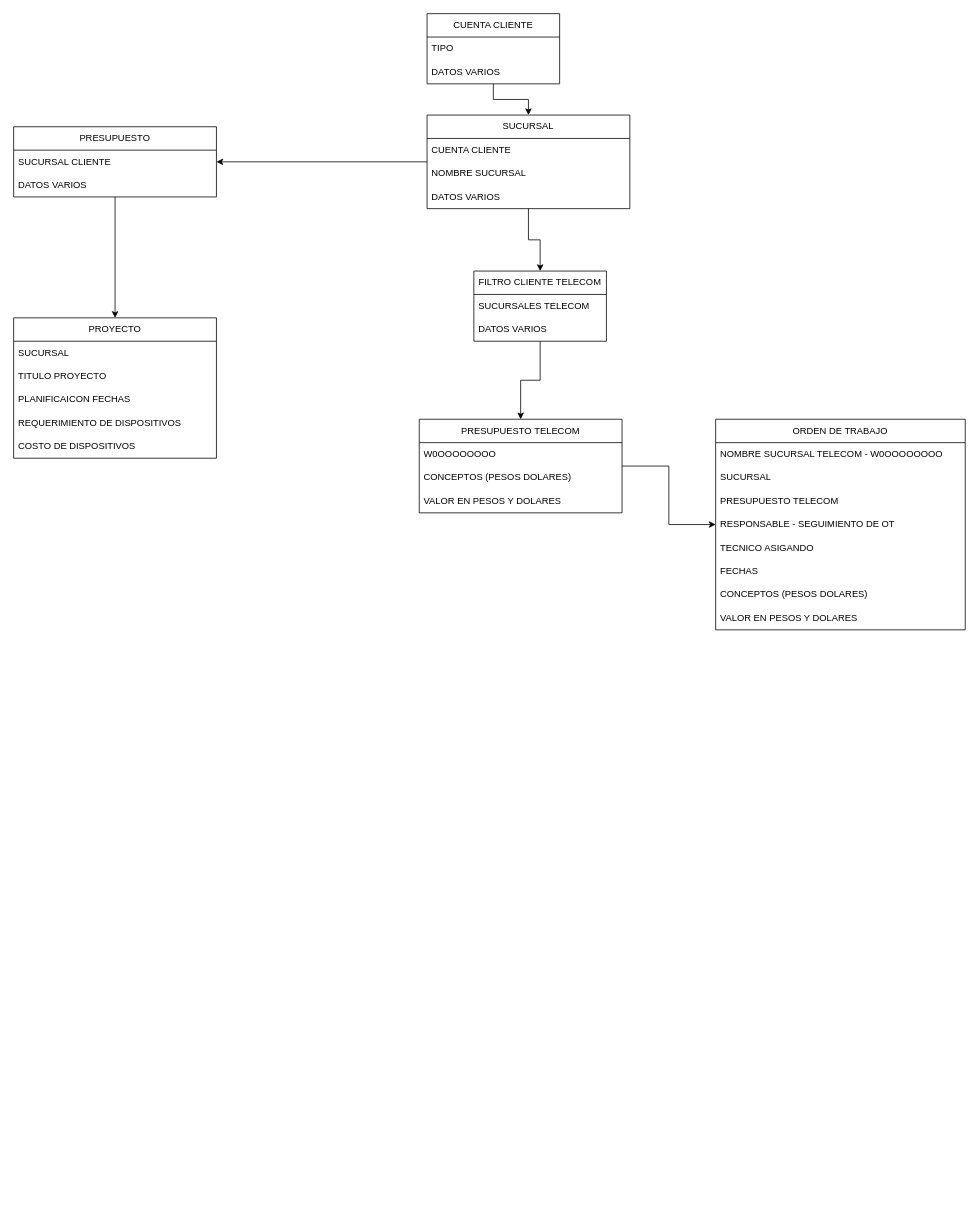
Before: registro_clientes_star/Diagrama.drawio in escobardie/PROJECT_DATA_BASE, a draw.io diagram. Source tidied: cells renumbered, new cells numbered last; positions are measured from the earlier drawing's top-left corner, leaving out a move shared by most shapes. Both pictures are drawn from the tidied source at 78%, with x=0, y=0 at pixel (13, 13).
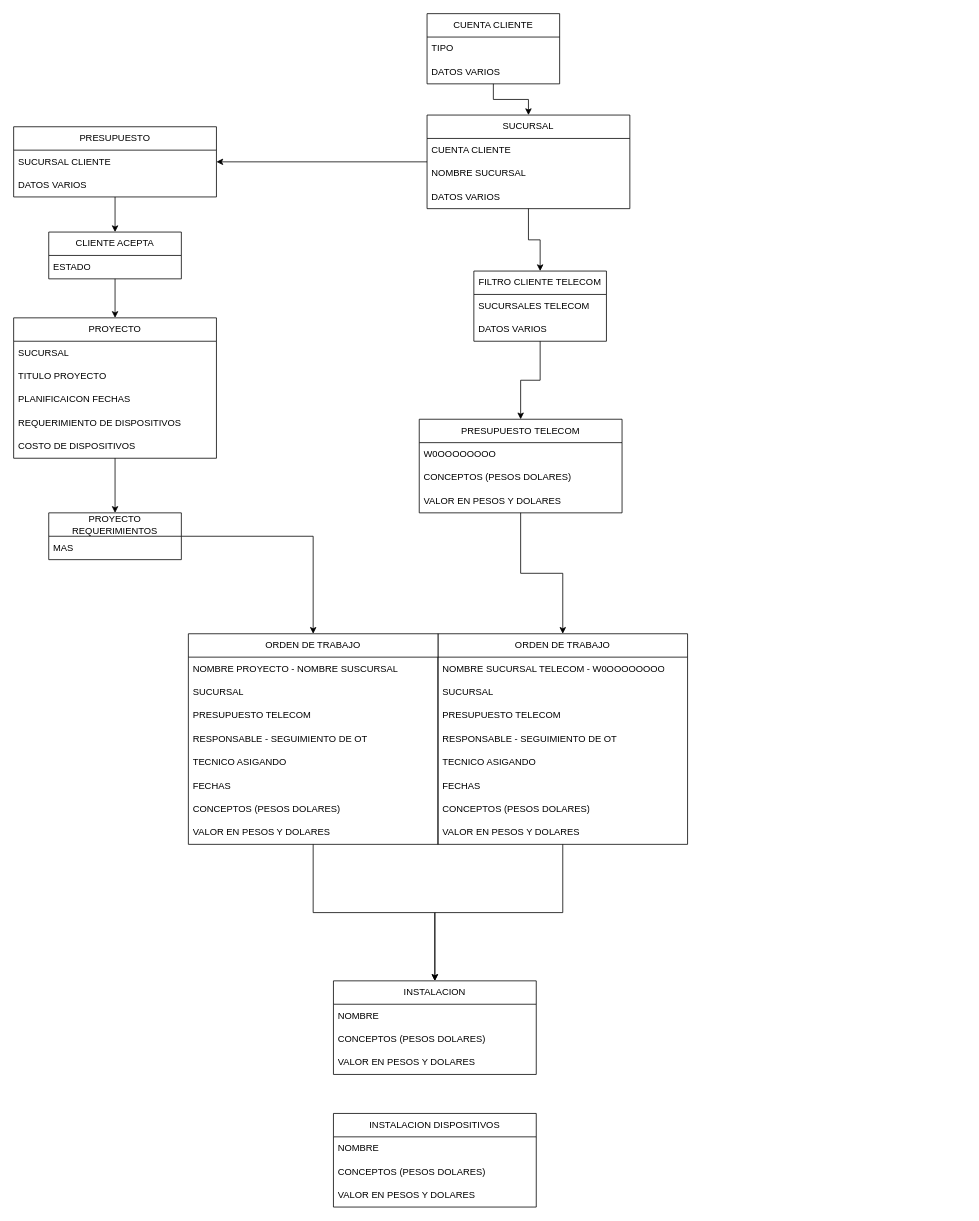
After the change.

Unchanged cells that the change refers to:
```xml
<mxCell id="26" value="PROYECTO" style="swimlane;fontStyle=0;horizontal=1;startSize=30;whiteSpace=wrap;html=1;" parent="1" vertex="1">
  <mxGeometry y="390" width="260" height="180" as="geometry" />
</mxCell>
<mxCell id="37" value="PRESUPUESTO" style="swimlane;fontStyle=0;horizontal=1;startSize=30;whiteSpace=wrap;html=1;" parent="1" vertex="1">
  <mxGeometry y="145" width="260" height="90" as="geometry" />
</mxCell>
```

What changed in the source:
```diff
@@
+    <mxCell id="40" style="edgeStyle=orthogonalEdgeStyle;rounded=0;jettySize=auto;html=1;" parent="1" edge="1" source="7" target="43">
+      <mxGeometry relative="1" as="geometry" />
+    </mxCell>
     <mxCell id="7" value="ORDEN DE TRABAJO" style="swimlane;fontStyle=0;horizontal=1;startSize=30;whiteSpace=wrap;html=1;" parent="1" vertex="1">
-      <mxGeometry x="900" y="520" width="320" height="270" as="geometry" />
+      <mxGeometry x="544" y="795" width="320" height="270" as="geometry" />
     </mxCell>
@@
+    <mxCell id="41" style="edgeStyle=orthogonalEdgeStyle;rounded=0;jettySize=auto;html=1;" parent="1" edge="1" source="26" target="65">
+      <mxGeometry relative="1" as="geometry" />
+    </mxCell>
@@
-    <mxCell id="36" style="edgeStyle=orthogonalEdgeStyle;rounded=0;jettySize=auto;html=1;" parent="1" edge="1" source="37" target="26">
-      <mxGeometry relative="1" as="geometry" />
-    </mxCell>
+    <mxCell id="42" style="edgeStyle=orthogonalEdgeStyle;rounded=0;jettySize=auto;html=1;" parent="1" edge="1" source="37" target="58">
+      <mxGeometry relative="1" as="geometry" />
+    </mxCell>
@@
+    <mxCell id="43" value="INSTALACION" style="swimlane;fontStyle=0;horizontal=1;startSize=30;whiteSpace=wrap;html=1;" parent="1" vertex="1">
+      <mxGeometry x="410" y="1240" width="260" height="120" as="geometry" />
+    </mxCell>
+    <mxCell id="44" value="NOMBRE" style="text;strokeColor=none;fillColor=none;align=left;verticalAlign=middle;spacingLeft=4;spacingRight=4;overflow=hidden;whiteSpace=wrap;html=1;" parent="43" vertex="1">
+      <mxGeometry y="30" width="260" height="30" as="geometry" />
+    </mxCell>
+    <mxCell id="45" value="CONCEPTOS (PESOS DOLARES)" style="text;strokeColor=none;fillColor=none;align=left;verticalAlign=middle;spacingLeft=4;spacingRight=4;overflow=hidden;whiteSpace=wrap;html=1;" parent="43" vertex="1">
+      <mxGeometry y="60" width="260" height="30" as="geometry" />
+    </mxCell>
+    <mxCell id="46" value="VALOR EN PESOS Y DOLARES" style="text;strokeColor=none;fillColor=none;align=left;verticalAlign=middle;spacingLeft=4;spacingRight=4;overflow=hidden;whiteSpace=wrap;html=1;" parent="43" vertex="1">
+      <mxGeometry y="90" width="260" height="30" as="geometry" />
+    </mxCell>
+    <mxCell id="47" style="edgeStyle=orthogonalEdgeStyle;rounded=0;jettySize=auto;html=1;entryX=0.5;entryY=0;entryDx=0;entryDy=0;" parent="1" edge="1" source="48" target="43">
+      <mxGeometry relative="1" as="geometry" />
+    </mxCell>
+    <mxCell id="48" value="ORDEN DE TRABAJO" style="swimlane;fontStyle=0;horizontal=1;startSize=30;whiteSpace=wrap;html=1;" parent="1" vertex="1">
+      <mxGeometry x="224" y="795" width="320" height="270" as="geometry" />
+    </mxCell>
+    <mxCell id="49" value="NOMBRE PROYECTO - NOMBRE SUSCURSAL" style="text;strokeColor=none;fillColor=none;align=left;verticalAlign=middle;spacingLeft=4;spacingRight=4;overflow=hidden;whiteSpace=wrap;html=1;" parent="48" vertex="1">
+      <mxGeometry y="30" width="320" height="30" as="geometry" />
+    </mxCell>
+    <mxCell id="50" value="SUCURSAL" style="text;strokeColor=none;fillColor=none;align=left;verticalAlign=middle;spacingLeft=4;spacingRight=4;overflow=hidden;whiteSpace=wrap;html=1;" parent="48" vertex="1">
+      <mxGeometry y="60" width="320" height="30" as="geometry" />
+    </mxCell>
+    <mxCell id="51" value="PRESUPUESTO TELECOM" style="text;strokeColor=none;fillColor=none;align=left;verticalAlign=middle;spacingLeft=4;spacingRight=4;overflow=hidden;whiteSpace=wrap;html=1;" parent="48" vertex="1">
+      <mxGeometry y="90" width="320" height="30" as="geometry" />
+    </mxCell>
+    <mxCell id="52" value="RESPONSABLE - SEGUIMIENTO DE OT" style="text;strokeColor=none;fillColor=none;align=left;verticalAlign=middle;spacingLeft=4;spacingRight=4;overflow=hidden;whiteSpace=wrap;html=1;" parent="48" vertex="1">
+      <mxGeometry y="120" width="320" height="30" as="geometry" />
+    </mxCell>
+    <mxCell id="53" value="TECNICO ASIGANDO" style="text;strokeColor=none;fillColor=none;align=left;verticalAlign=middle;spacingLeft=4;spacingRight=4;overflow=hidden;whiteSpace=wrap;html=1;" parent="48" vertex="1">
+      <mxGeometry y="150" width="320" height="30" as="geometry" />
+    </mxCell>
+    <mxCell id="54" value="FECHAS" style="text;strokeColor=none;fillColor=none;align=left;verticalAlign=middle;spacingLeft=4;spacingRight=4;overflow=hidden;whiteSpace=wrap;html=1;" parent="48" vertex="1">
+      <mxGeometry y="180" width="320" height="30" as="geometry" />
+    </mxCell>
+    <mxCell id="55" value="CONCEPTOS (PESOS DOLARES)" style="text;strokeColor=none;fillColor=none;align=left;verticalAlign=middle;spacingLeft=4;spacingRight=4;overflow=hidden;whiteSpace=wrap;html=1;" parent="48" vertex="1">
+      <mxGeometry y="210" width="320" height="30" as="geometry" />
+    </mxCell>
+    <mxCell id="56" value="VALOR EN PESOS Y DOLARES" style="text;strokeColor=none;fillColor=none;align=left;verticalAlign=middle;spacingLeft=4;spacingRight=4;overflow=hidden;whiteSpace=wrap;html=1;" parent="48" vertex="1">
+      <mxGeometry y="240" width="320" height="30" as="geometry" />
+    </mxCell>
+    <mxCell id="57" style="edgeStyle=orthogonalEdgeStyle;rounded=0;jettySize=auto;html=1;" parent="1" edge="1" source="58" target="26">
+      <mxGeometry relative="1" as="geometry" />
+    </mxCell>
+    <mxCell id="58" value="CLIENTE ACEPTA" style="swimlane;fontStyle=0;horizontal=1;startSize=30;whiteSpace=wrap;html=1;" parent="1" vertex="1">
+      <mxGeometry x="45" y="280" width="170" height="60" as="geometry" />
+    </mxCell>
+    <mxCell id="59" value="ESTADO" style="text;strokeColor=none;fillColor=none;align=left;verticalAlign=middle;spacingLeft=4;spacingRight=4;overflow=hidden;whiteSpace=wrap;html=1;" parent="58" vertex="1">
+      <mxGeometry y="30" width="170" height="30" as="geometry" />
+    </mxCell>
+    <mxCell id="60" value="INSTALACION DISPOSITIVOS" style="swimlane;fontStyle=0;horizontal=1;startSize=30;whiteSpace=wrap;html=1;" parent="1" vertex="1">
+      <mxGeometry x="410" y="1410" width="260" height="120" as="geometry" />
+    </mxCell>
+    <mxCell id="61" value="NOMBRE" style="text;strokeColor=none;fillColor=none;align=left;verticalAlign=middle;spacingLeft=4;spacingRight=4;overflow=hidden;whiteSpace=wrap;html=1;" parent="60" vertex="1">
+      <mxGeometry y="30" width="260" height="30" as="geometry" />
+    </mxCell>
+    <mxCell id="62" value="CONCEPTOS (PESOS DOLARES)" style="text;strokeColor=none;fillColor=none;align=left;verticalAlign=middle;spacingLeft=4;spacingRight=4;overflow=hidden;whiteSpace=wrap;html=1;" parent="60" vertex="1">
+      <mxGeometry y="60" width="260" height="30" as="geometry" />
+    </mxCell>
+    <mxCell id="63" value="VALOR EN PESOS Y DOLARES" style="text;strokeColor=none;fillColor=none;align=left;verticalAlign=middle;spacingLeft=4;spacingRight=4;overflow=hidden;whiteSpace=wrap;html=1;" parent="60" vertex="1">
+      <mxGeometry y="90" width="260" height="30" as="geometry" />
+    </mxCell>
+    <mxCell id="64" style="edgeStyle=orthogonalEdgeStyle;rounded=0;jettySize=auto;html=1;" parent="1" edge="1" source="65" target="48">
+      <mxGeometry relative="1" as="geometry" />
+    </mxCell>
+    <mxCell id="65" value="PROYECTO REQUERIMIENTOS" style="swimlane;fontStyle=0;horizontal=1;startSize=30;whiteSpace=wrap;html=1;" parent="1" vertex="1">
+      <mxGeometry x="45" y="640" width="170" height="60" as="geometry" />
+    </mxCell>
+    <mxCell id="66" value="MAS" style="text;strokeColor=none;fillColor=none;align=left;verticalAlign=middle;spacingLeft=4;spacingRight=4;overflow=hidden;whiteSpace=wrap;html=1;" parent="65" vertex="1">
+      <mxGeometry y="30" width="170" height="30" as="geometry" />
+    </mxCell>
```
